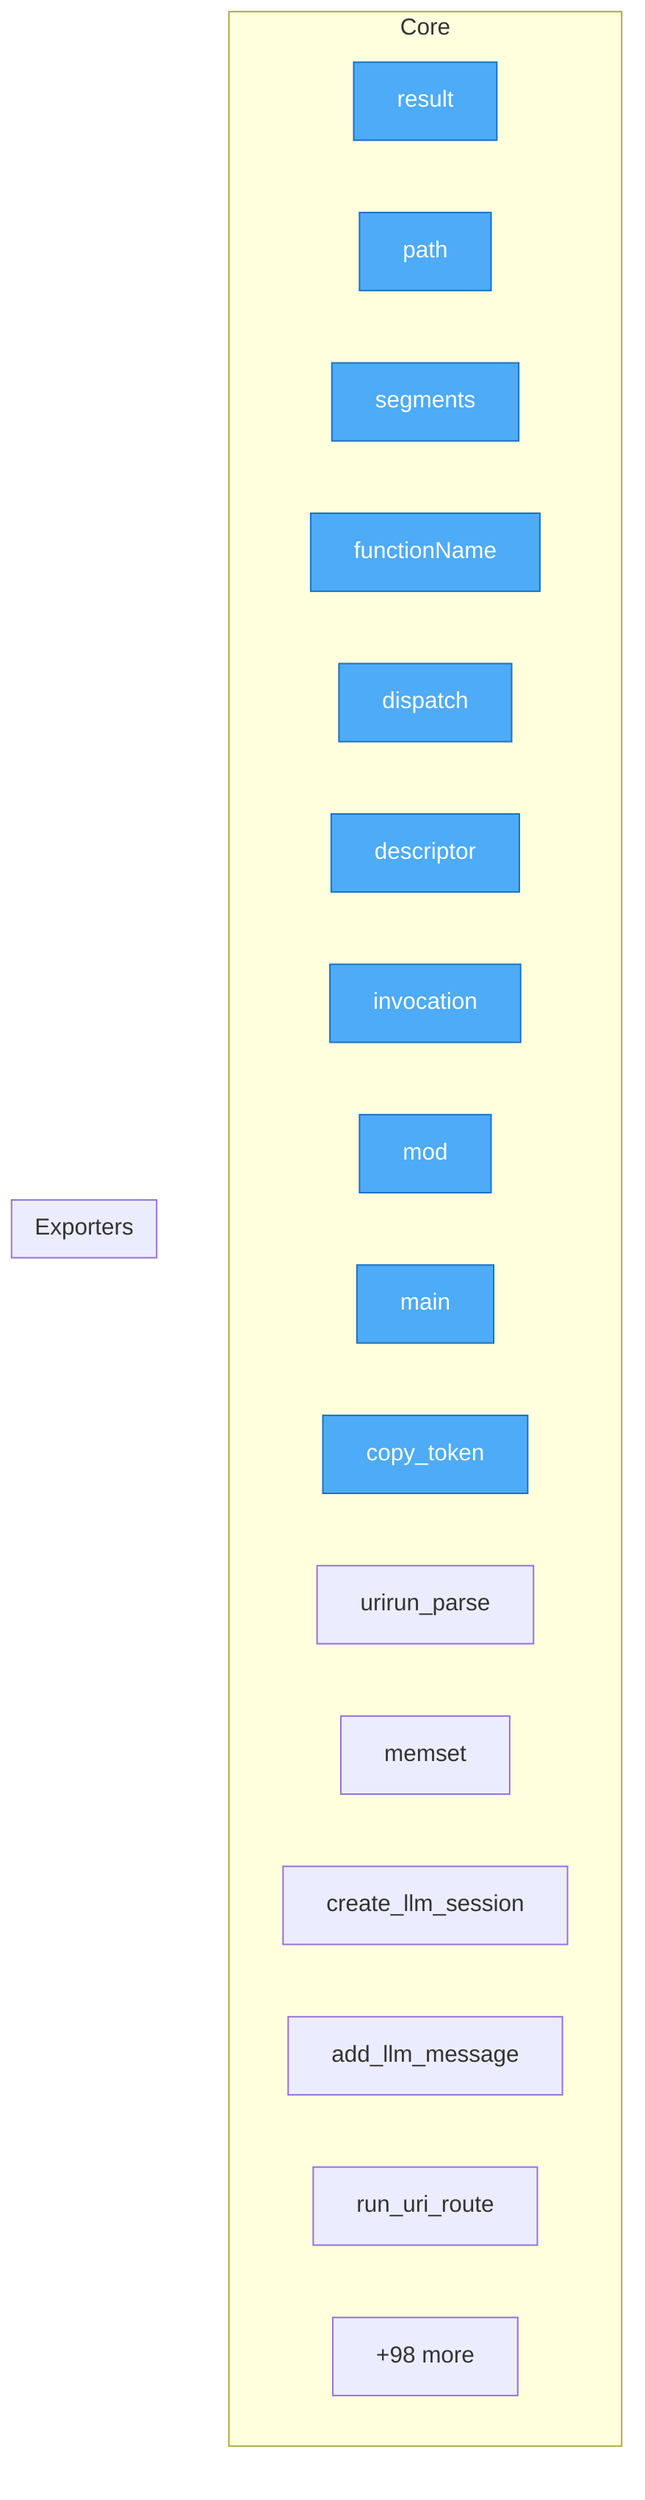
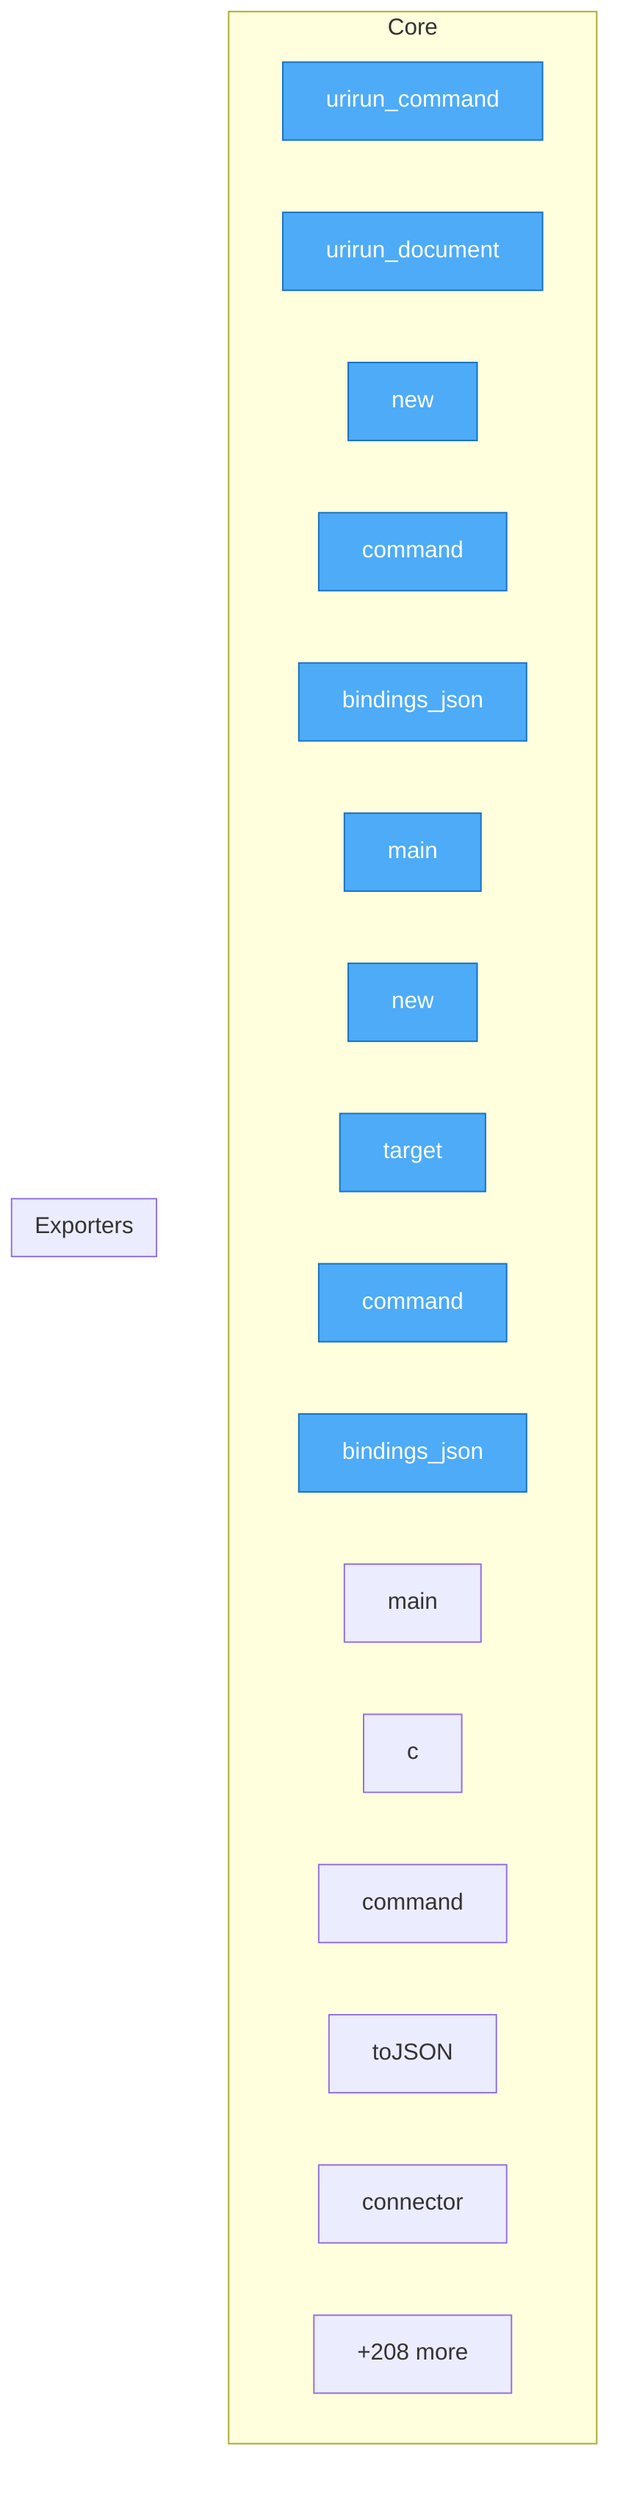
flowchart TD
%% generated in 0.01s

    %% Entry points (blue)
    classDef entry fill:#4dabf7,stroke:#1971c2,color:#fff

    subgraph Core
-         adapters__js__index__test__result["result"]
-         adapters__js__path["path"]
-         adapters__js__segments["segments"]
-         adapters__js__functionName["functionName"]
-         adapters__js__dispatch["dispatch"]
-         adapters__js__descriptor["descriptor"]
-         adapters__js__invocation["invocation"]
-         adapters__js__mod["mod"]
-         adapters__c__urirun_test__main["main"]
-         adapters__c__urirun__copy_token["copy_token"]
-         adapters__c__urirun__urirun_parse["urirun_parse"]
-         adapters__c__urirun__memset["memset"]
-         adapters__python__urirun__host_db__create_llm_session["create_llm_session"]
-         adapters__python__urirun__host_db__add_llm_message["add_llm_message"]
-         adapters__python__urirun__host_db__run_uri_route["run_uri_route"]
-         ...["+98 more"]
+         adapters__bash__urirun__urirun_command["urirun_command"]
+         adapters__bash__urirun__urirun_document["urirun_document"]
+         adapters__perl__Urirun__new["new"]
+         adapters__perl__Urirun__command["command"]
+         adapters__perl__Urirun__bindings_json["bindings_json"]
+         adapters__new_connector__main["main"]
+         adapters__rust__src__new["new"]
+         adapters__rust__src__target["target"]
+         adapters__rust__src__command["command"]
+         adapters__rust__src__bindings_json["bindings_json"]
+         adapters__rust__examples__hash_connector__main["main"]
+         adapters__ts__example__hash_connector__c["c"]
+         adapters__ts__urirun__Connector__command["command"]
+         adapters__ts__urirun__Connector__toJSON["toJSON"]
+         adapters__ts__urirun__Connector__connector["connector"]
+         ...["+208 more"]
    end

    subgraph Exporters
    end

-     class adapters__js__index__test__result,adapters__js__path,adapters__js__segments,adapters__js__functionName,adapters__js__dispatch,adapters__js__descriptor,adapters__js__invocation,adapters__js__mod,adapters__c__urirun_test__main,adapters__c__urirun__copy_token entry
+     class adapters__bash__urirun__urirun_command,adapters__bash__urirun__urirun_document,adapters__perl__Urirun__new,adapters__perl__Urirun__command,adapters__perl__Urirun__bindings_json,adapters__new_connector__main,adapters__rust__src__new,adapters__rust__src__target,adapters__rust__src__command,adapters__rust__src__bindings_json entry
